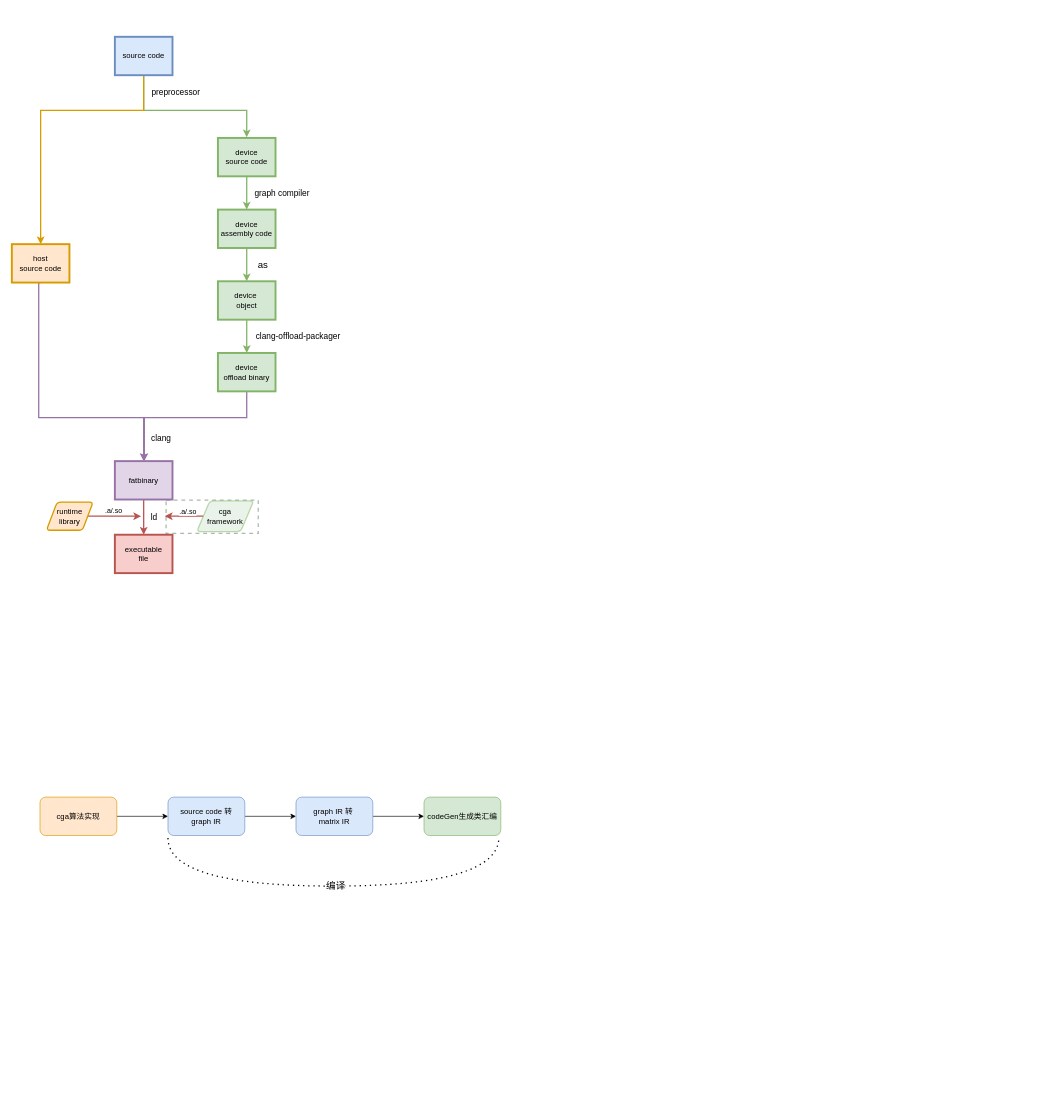
This is graph-computing.drawio from gaohongy/drawio, a draw.io file, before an edit. Source tidied: cells renumbered, new cells numbered last; positions are measured from the earlier drawing's top-left corner, leaving out a move shared by most shapes. Both pictures are drawn from the tidied source at 64%, with x=0, y=0 at pixel (12, 36).
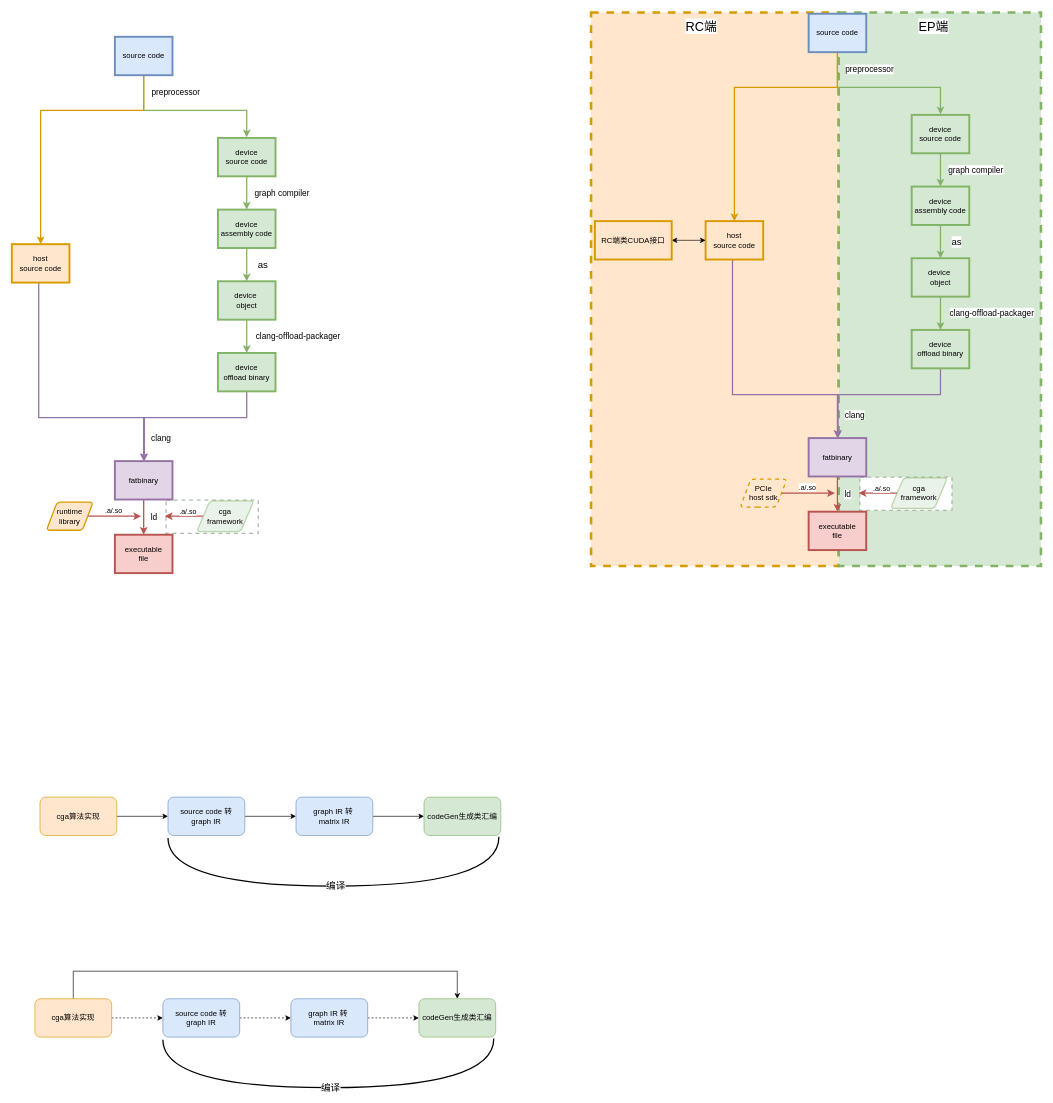
The same page after the edit.

Diff of the diagram source:
```diff
@@
+    <mxCell id="40" style="rounded=0;whiteSpace=wrap;html=1;dashed=1;strokeWidth=4;labelBorderColor=#B9E0A5;textShadow=1;strokeColor=#d79b00;fillColor=#ffe6cc;" parent="1" vertex="1">
+      <mxGeometry x="905" y="-38" width="387" height="865" as="geometry" />
+    </mxCell>
+    <mxCell id="41" style="rounded=0;whiteSpace=wrap;html=1;dashed=1;strokeWidth=4;labelBorderColor=#B9E0A5;textShadow=1;strokeColor=#82b366;fillColor=#d5e8d4;" parent="1" vertex="1">
+      <mxGeometry x="1292" y="-38" width="316" height="865" as="geometry" />
+    </mxCell>
@@
-    <mxCell id="38" style="endArrow=none;dashed=1;html=1;dashPattern=1 3;strokeWidth=2;rounded=0;edgeStyle=orthogonalEdgeStyle;curved=1;" parent="1" edge="1">
+    <mxCell id="38" style="endArrow=none;html=1;strokeWidth=2;rounded=0;edgeStyle=orthogonalEdgeStyle;curved=1;" parent="1" edge="1">
       <mxGeometry relative="1" as="geometry">
         <mxPoint x="244" y="1252" as="sourcePoint" />
         <mxPoint x="761" y="1250" as="targetPoint" />
         <Array as="points">
           <mxPoint x="244" y="1327" />
           <mxPoint x="762" y="1327" />
         </Array>
       </mxGeometry>
     </mxCell>
@@
+    <mxCell id="42" style="edgeStyle=orthogonalEdgeStyle;rounded=0;jettySize=auto;html=1;dashed=1;" parent="1" edge="1" source="44" target="46">
+      <mxGeometry relative="1" as="geometry" />
+    </mxCell>
+    <mxCell id="43" style="edgeStyle=orthogonalEdgeStyle;rounded=0;jettySize=auto;html=1;exitX=0.5;exitY=0;exitDx=0;exitDy=0;entryX=0.5;entryY=0;entryDx=0;entryDy=0;" parent="1" edge="1" source="44" target="49">
+      <mxGeometry relative="1" as="geometry">
+        <Array as="points">
+          <mxPoint x="96" y="1460" />
+          <mxPoint x="696" y="1460" />
+        </Array>
+      </mxGeometry>
+    </mxCell>
+    <mxCell id="44" value="cga算法实现" style="rounded=1;whiteSpace=wrap;html=1;fillColor=#ffe6cc;strokeColor=#d79b00;" parent="1" vertex="1">
+      <mxGeometry x="36" y="1503" width="120" height="60" as="geometry" />
+    </mxCell>
+    <mxCell id="45" style="edgeStyle=orthogonalEdgeStyle;rounded=0;jettySize=auto;html=1;dashed=1;" parent="1" edge="1" source="46" target="48">
+      <mxGeometry relative="1" as="geometry" />
+    </mxCell>
+    <mxCell id="46" value="source code 转 &lt;br&gt;graph IR" style="rounded=1;whiteSpace=wrap;html=1;fillColor=#dae8fc;strokeColor=#6c8ebf;" parent="1" vertex="1">
+      <mxGeometry x="236" y="1503" width="120" height="60" as="geometry" />
+    </mxCell>
+    <mxCell id="47" style="edgeStyle=orthogonalEdgeStyle;rounded=0;jettySize=auto;html=1;dashed=1;" parent="1" edge="1" source="48" target="49">
+      <mxGeometry relative="1" as="geometry" />
+    </mxCell>
+    <mxCell id="48" value="graph IR 转&amp;nbsp;&lt;br&gt;matrix IR" style="rounded=1;whiteSpace=wrap;html=1;fillColor=#dae8fc;strokeColor=#6c8ebf;" parent="1" vertex="1">
+      <mxGeometry x="436" y="1503" width="120" height="60" as="geometry" />
+    </mxCell>
+    <mxCell id="49" value="codeGen生成类汇编" style="whiteSpace=wrap;html=1;rounded=1;fillColor=#d5e8d4;strokeColor=#82b366;" parent="1" vertex="1">
+      <mxGeometry x="636" y="1503" width="120" height="60" as="geometry" />
+    </mxCell>
+    <mxCell id="50" style="endArrow=none;html=1;strokeWidth=2;rounded=0;edgeStyle=orthogonalEdgeStyle;curved=1;" parent="1" edge="1">
+      <mxGeometry relative="1" as="geometry">
+        <mxPoint x="236" y="1567" as="sourcePoint" />
+        <mxPoint x="753" y="1565" as="targetPoint" />
+        <Array as="points">
+          <mxPoint x="236" y="1642" />
+          <mxPoint x="754" y="1642" />
+        </Array>
+      </mxGeometry>
+    </mxCell>
+    <mxCell id="51" value="编译" style="edgeLabel;html=1;align=center;verticalAlign=middle;fontSize=15;" parent="50" vertex="1">
+      <mxGeometry x="0.03" y="2" relative="1" as="geometry">
+        <mxPoint x="-9" as="offset" />
+      </mxGeometry>
+    </mxCell>
+    <mxCell id="52" style="rounded=0;whiteSpace=wrap;html=1;dashed=1;strokeWidth=2;labelBorderColor=#B9E0A5;textShadow=1;strokeColor=#ACBAAB;" parent="1" vertex="1">
+      <mxGeometry x="1325" y="688" width="144" height="52" as="geometry" />
+    </mxCell>
+    <mxCell id="53" style="edgeStyle=orthogonalEdgeStyle;rounded=0;orthogonalLoop=1;jettySize=auto;html=1;exitX=0.5;exitY=1;exitDx=0;exitDy=0;entryX=0.5;entryY=0;entryDx=0;entryDy=0;fillColor=#d5e8d4;strokeColor=#82b366;strokeWidth=2;" parent="1" edge="1">
+      <mxGeometry relative="1" as="geometry">
+        <mxPoint x="1290" y="23" as="sourcePoint" />
+        <mxPoint x="1451" y="121" as="targetPoint" />
+        <Array as="points">
+          <mxPoint x="1290" y="79" />
+          <mxPoint x="1451" y="79" />
+        </Array>
+      </mxGeometry>
+    </mxCell>
+    <mxCell id="54" style="edgeStyle=orthogonalEdgeStyle;rounded=0;jettySize=auto;html=1;exitX=0.5;exitY=1;exitDx=0;exitDy=0;entryX=0.5;entryY=0;entryDx=0;entryDy=0;fillColor=#ffe6cc;strokeColor=#d79b00;strokeWidth=2;" parent="1" edge="1" source="56" target="58">
+      <mxGeometry relative="1" as="geometry">
+        <Array as="points">
+          <mxPoint x="1290" y="79" />
+          <mxPoint x="1129" y="79" />
+        </Array>
+      </mxGeometry>
+    </mxCell>
+    <mxCell id="55" value="preprocessor" style="edgeLabel;html=1;align=center;verticalAlign=middle;fontSize=13;" parent="54" vertex="1">
+      <mxGeometry x="-0.91" y="-1" relative="1" as="geometry">
+        <mxPoint x="50" y="7" as="offset" />
+      </mxGeometry>
+    </mxCell>
+    <mxCell id="56" value="source code" style="whiteSpace=wrap;align=center;verticalAlign=middle;fontStyle=0;strokeWidth=3;fillColor=#dae8fc;strokeColor=#6c8ebf;" parent="1" vertex="1">
+      <mxGeometry x="1245" y="-36" width="90" height="60" as="geometry" />
+    </mxCell>
+    <mxCell id="57" style="edgeStyle=orthogonalEdgeStyle;rounded=0;jettySize=auto;html=1;exitX=0.5;exitY=1;exitDx=0;exitDy=0;fillColor=#e1d5e7;strokeColor=#9673a6;strokeWidth=2;" parent="1" edge="1" source="58" target="73">
+      <mxGeometry relative="1" as="geometry">
+        <Array as="points">
+          <mxPoint x="1126" y="348" />
+          <mxPoint x="1126" y="559" />
+          <mxPoint x="1291" y="559" />
+        </Array>
+      </mxGeometry>
+    </mxCell>
+    <mxCell id="58" value="host &#10;source code" style="whiteSpace=wrap;align=center;verticalAlign=middle;fontStyle=0;strokeWidth=3;fillColor=#ffe6cc;strokeColor=#d79b00;" parent="1" vertex="1">
+      <mxGeometry x="1084" y="288" width="90" height="60" as="geometry" />
+    </mxCell>
+    <mxCell id="59" style="edgeStyle=orthogonalEdgeStyle;rounded=0;jettySize=auto;html=1;exitX=0.5;exitY=1;exitDx=0;exitDy=0;entryX=0.5;entryY=0;entryDx=0;entryDy=0;fillColor=#d5e8d4;strokeColor=#82b366;strokeWidth=2;" parent="1" edge="1" source="61" target="67">
+      <mxGeometry relative="1" as="geometry" />
+    </mxCell>
+    <mxCell id="60" value="graph compiler" style="edgeLabel;html=1;align=center;verticalAlign=middle;fontSize=13;" parent="59" vertex="1">
+      <mxGeometry x="-0.02" y="-1" relative="1" as="geometry">
+        <mxPoint x="55" as="offset" />
+      </mxGeometry>
+    </mxCell>
+    <mxCell id="61" value="device &#10;source code" style="whiteSpace=wrap;align=center;verticalAlign=middle;fontStyle=0;strokeWidth=3;fillColor=#d5e8d4;strokeColor=#82b366;" parent="1" vertex="1">
+      <mxGeometry x="1406" y="122" width="90" height="60" as="geometry" />
+    </mxCell>
+    <mxCell id="62" style="edgeStyle=orthogonalEdgeStyle;rounded=0;jettySize=auto;html=1;exitX=0.5;exitY=1;exitDx=0;exitDy=0;entryX=0.5;entryY=0;entryDx=0;entryDy=0;fillColor=#e1d5e7;strokeColor=#9673a6;strokeWidth=2;" parent="1" edge="1" source="64" target="73">
+      <mxGeometry relative="1" as="geometry">
+        <Array as="points">
+          <mxPoint x="1451" y="559" />
+          <mxPoint x="1290" y="559" />
+        </Array>
+      </mxGeometry>
+    </mxCell>
+    <mxCell id="63" value="clang" style="edgeLabel;html=1;align=center;verticalAlign=middle;fontSize=13;" parent="62" vertex="1">
+      <mxGeometry x="0.67" y="5" relative="1" as="geometry">
+        <mxPoint x="21" y="8" as="offset" />
+      </mxGeometry>
+    </mxCell>
+    <mxCell id="64" value="device &#10;offload binary" style="whiteSpace=wrap;align=center;verticalAlign=middle;fontStyle=0;strokeWidth=3;fillColor=#d5e8d4;strokeColor=#82b366;" parent="1" vertex="1">
+      <mxGeometry x="1406" y="458" width="90" height="60" as="geometry" />
+    </mxCell>
+    <mxCell id="65" style="edgeStyle=orthogonalEdgeStyle;rounded=0;jettySize=auto;html=1;exitX=0.5;exitY=1;exitDx=0;exitDy=0;entryX=0.5;entryY=0;entryDx=0;entryDy=0;fillColor=#d5e8d4;strokeColor=#82b366;strokeWidth=2;" parent="1" edge="1" source="67" target="70">
+      <mxGeometry relative="1" as="geometry" />
+    </mxCell>
+    <mxCell id="66" value="as" style="edgeLabel;html=1;align=center;verticalAlign=middle;fontStyle=0;fontSize=15;" parent="65" vertex="1">
+      <mxGeometry x="-0.04" y="3" relative="1" as="geometry">
+        <mxPoint x="21" as="offset" />
+      </mxGeometry>
+    </mxCell>
+    <mxCell id="67" value="device&#10;assembly code" style="whiteSpace=wrap;align=center;verticalAlign=middle;fontStyle=0;strokeWidth=3;fillColor=#d5e8d4;strokeColor=#82b366;" parent="1" vertex="1">
+      <mxGeometry x="1406" y="234" width="90" height="60" as="geometry" />
+    </mxCell>
+    <mxCell id="68" style="edgeStyle=orthogonalEdgeStyle;rounded=0;jettySize=auto;html=1;exitX=0.5;exitY=1;exitDx=0;exitDy=0;fillColor=#d5e8d4;strokeColor=#82b366;strokeWidth=2;" parent="1" edge="1" source="70" target="64">
+      <mxGeometry relative="1" as="geometry" />
+    </mxCell>
+    <mxCell id="69" value="clang-offload-packager" style="edgeLabel;html=1;align=center;verticalAlign=middle;fontSize=13;" parent="68" vertex="1">
+      <mxGeometry x="-0.1" relative="1" as="geometry">
+        <mxPoint x="79" y="1" as="offset" />
+      </mxGeometry>
+    </mxCell>
+    <mxCell id="70" value="device &#10;object" style="whiteSpace=wrap;align=center;verticalAlign=middle;fontStyle=0;strokeWidth=3;fillColor=#d5e8d4;strokeColor=#82b366;" parent="1" vertex="1">
+      <mxGeometry x="1406" y="346" width="90" height="60" as="geometry" />
+    </mxCell>
+    <mxCell id="71" style="edgeStyle=orthogonalEdgeStyle;rounded=0;jettySize=auto;html=1;exitX=0.5;exitY=1;exitDx=0;exitDy=0;entryX=0.5;entryY=0;entryDx=0;entryDy=0;strokeWidth=2;fillColor=#f8cecc;strokeColor=#b85450;" parent="1" edge="1" source="73" target="74">
+      <mxGeometry relative="1" as="geometry" />
+    </mxCell>
+    <mxCell id="72" value="ld" style="edgeLabel;html=1;align=center;verticalAlign=middle;fontSize=13;" parent="71" vertex="1">
+      <mxGeometry x="-0.03" y="4" relative="1" as="geometry">
+        <mxPoint x="11" as="offset" />
+      </mxGeometry>
+    </mxCell>
+    <mxCell id="73" value="fatbinary" style="whiteSpace=wrap;align=center;verticalAlign=middle;fontStyle=0;strokeWidth=3;fillColor=#e1d5e7;strokeColor=#9673a6;" parent="1" vertex="1">
+      <mxGeometry x="1245" y="627" width="90" height="60" as="geometry" />
+    </mxCell>
+    <mxCell id="74" value="executable &#10;file" style="whiteSpace=wrap;align=center;verticalAlign=middle;fontStyle=0;strokeWidth=3;fillColor=#f8cecc;strokeColor=#b85450;" parent="1" vertex="1">
+      <mxGeometry x="1245" y="742" width="90" height="60" as="geometry" />
+    </mxCell>
+    <mxCell id="75" style="edgeStyle=orthogonalEdgeStyle;rounded=0;jettySize=auto;html=1;exitX=1;exitY=0.5;exitDx=0;exitDy=0;fillColor=#f8cecc;strokeColor=#b85450;strokeWidth=2;" parent="1" edge="1" source="77">
+      <mxGeometry relative="1" as="geometry">
+        <mxPoint x="1286" y="713" as="targetPoint" />
+      </mxGeometry>
+    </mxCell>
+    <mxCell id="76" value=".a/.so" style="edgeLabel;html=1;align=center;verticalAlign=middle;" parent="75" vertex="1">
+      <mxGeometry x="-0.2" y="-3" relative="1" as="geometry">
+        <mxPoint x="6" y="-13" as="offset" />
+      </mxGeometry>
+    </mxCell>
+    <mxCell id="77" value="PCIe &lt;br&gt;host sdk" style="shape=parallelogram;html=1;strokeWidth=2;perimeter=parallelogramPerimeter;whiteSpace=wrap;rounded=1;arcSize=12;size=0.23;fillColor=#ffe6cc;strokeColor=#d79b00;shadow=0;dashed=1;" parent="1" vertex="1">
+      <mxGeometry x="1138" y="691" width="73" height="44" as="geometry" />
+    </mxCell>
+    <mxCell id="78" style="edgeStyle=orthogonalEdgeStyle;rounded=0;jettySize=auto;html=1;exitX=0;exitY=0.5;exitDx=0;exitDy=0;fillColor=#f8cecc;strokeColor=#b85450;strokeWidth=2;" parent="1" edge="1" source="79">
+      <mxGeometry relative="1" as="geometry">
+        <mxPoint x="1323" y="713" as="targetPoint" />
+      </mxGeometry>
+    </mxCell>
+    <mxCell id="79" value="cga &lt;br&gt;framework" style="shape=parallelogram;html=1;strokeWidth=2;perimeter=parallelogramPerimeter;whiteSpace=wrap;rounded=1;arcSize=12;size=0.23;fillColor=#d5e8d4;strokeColor=#82b366;opacity=50;" parent="1" vertex="1">
+      <mxGeometry x="1373" y="689" width="89" height="48" as="geometry" />
+    </mxCell>
+    <mxCell id="80" value=".a/.so" style="edgeLabel;html=1;align=center;verticalAlign=middle;" parent="1" vertex="1">
+      <mxGeometry x="1269" y="713" as="geometry">
+        <mxPoint x="89" y="-8" as="offset" />
+      </mxGeometry>
+    </mxCell>
+    <mxCell id="81" style="edgeStyle=orthogonalEdgeStyle;rounded=0;jettySize=auto;html=1;exitX=1;exitY=0.5;exitDx=0;exitDy=0;entryX=0;entryY=0.5;entryDx=0;entryDy=0;startArrow=classic;startFill=1;" parent="1" edge="1" source="82" target="58">
+      <mxGeometry relative="1" as="geometry" />
+    </mxCell>
+    <mxCell id="82" value="RC端类CUDA接口" style="whiteSpace=wrap;html=1;fillColor=#ffe6cc;strokeColor=#d79b00;fontStyle=0;strokeWidth=3;" parent="1" vertex="1">
+      <mxGeometry x="911" y="288" width="120" height="60" as="geometry" />
+    </mxCell>
+    <mxCell id="83" value="RC端" style="edgeLabel;html=1;align=center;verticalAlign=middle;fontSize=20;" parent="1" vertex="1">
+      <mxGeometry x="1088" y="-19" as="geometry">
+        <mxPoint x="-12" y="1" as="offset" />
+      </mxGeometry>
+    </mxCell>
+    <mxCell id="84" value="EP端" style="edgeLabel;html=1;align=center;verticalAlign=middle;fontSize=20;" parent="1" vertex="1">
+      <mxGeometry x="1451" y="-19" as="geometry">
+        <mxPoint x="-12" y="1" as="offset" />
+      </mxGeometry>
+    </mxCell>
```
